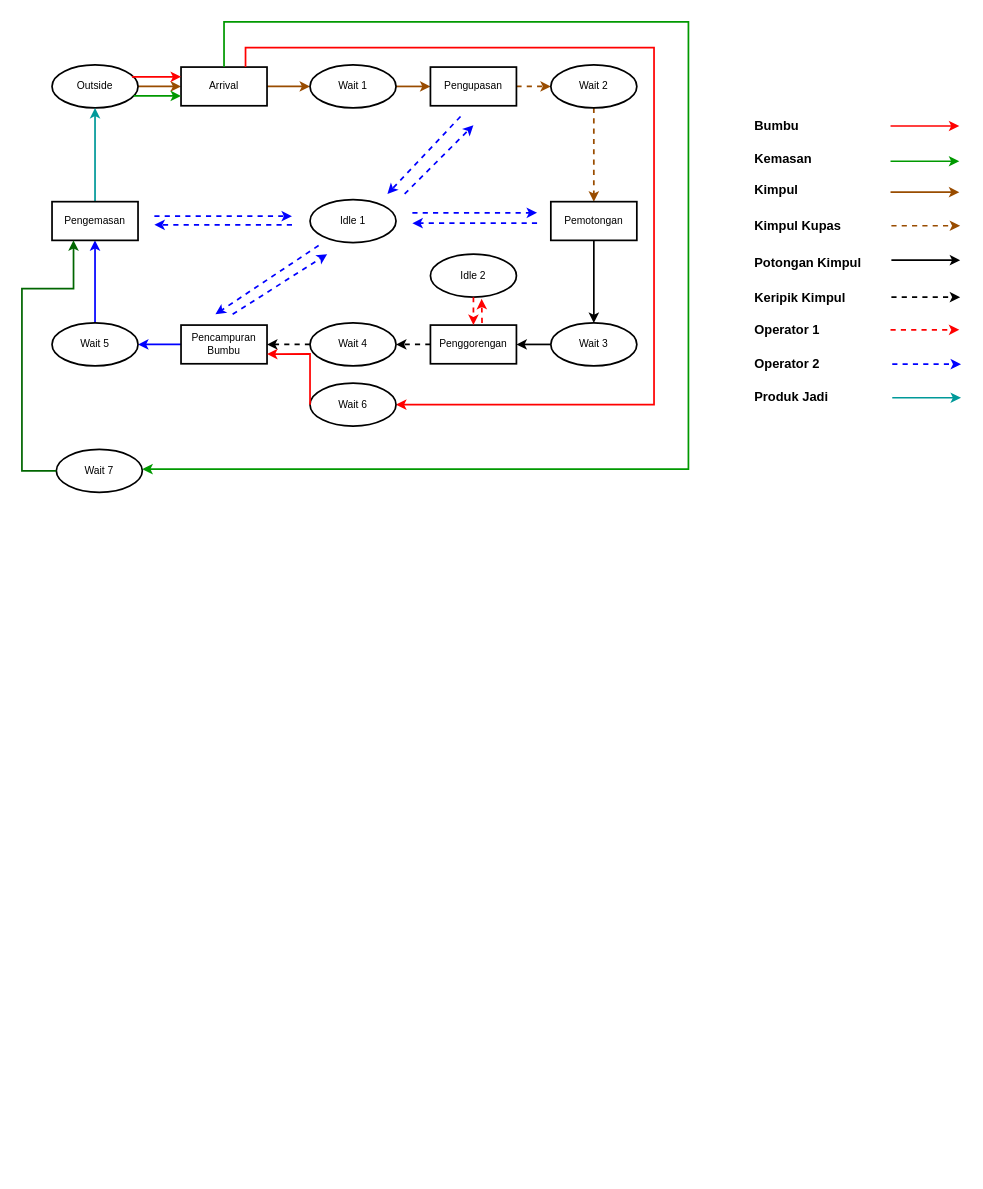
Above: acd keripik.drawio in rianromad/Image-Storage (draw.io), before the change. Source tidied: cells renumbered, new cells numbered last; positions are measured from the earlier drawing's top-left corner, leaving out a move shared by most shapes. Both pictures are drawn from the tidied source at 86%, with x=0, y=0 at pixel (22, 22).
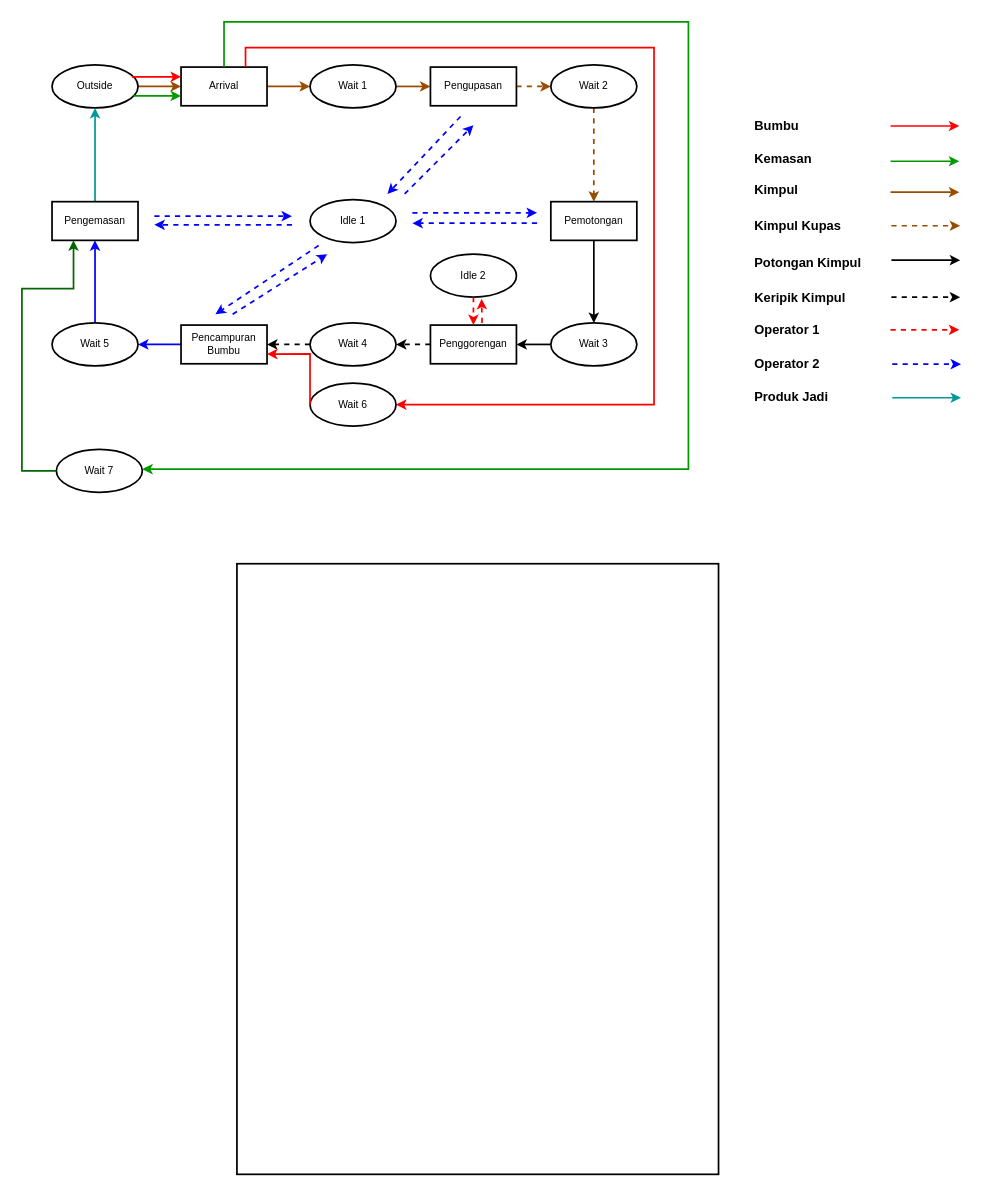
Above is the later version.

Change to the diagram source:
```diff
@@
+    <mxCell id="64" style="rounded=0;whiteSpace=wrap;html=1;fontSize=15;strokeWidth=2;" parent="1" vertex="1">
+      <mxGeometry x="250" y="630" width="560" height="710" as="geometry" />
+    </mxCell>
```
